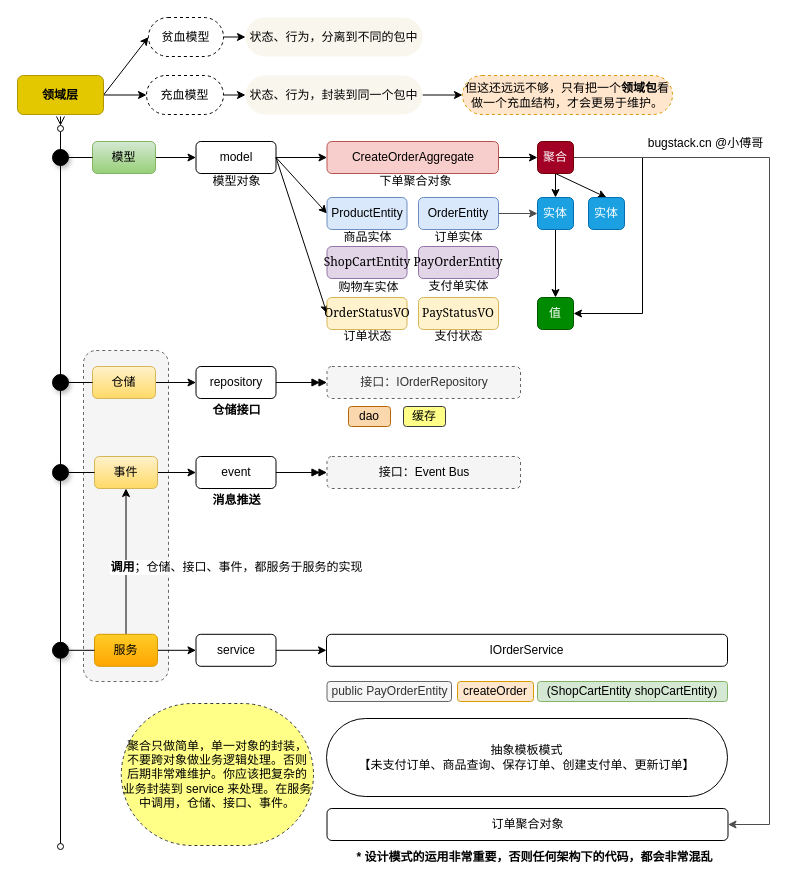
The draw.io diagram page "支付领域" (3 of 4) of picgo/未命名绘图.drawio in yangbuyiya/yangbuyi-blog-images, before the edit. Source tidied: cells renumbered, new cells numbered last; positions are measured from the earlier drawing's top-left corner, leaving out a move shared by most shapes. Both pictures are drawn from the tidied source at 100%, with x=0, y=0 at pixel (17, 17).
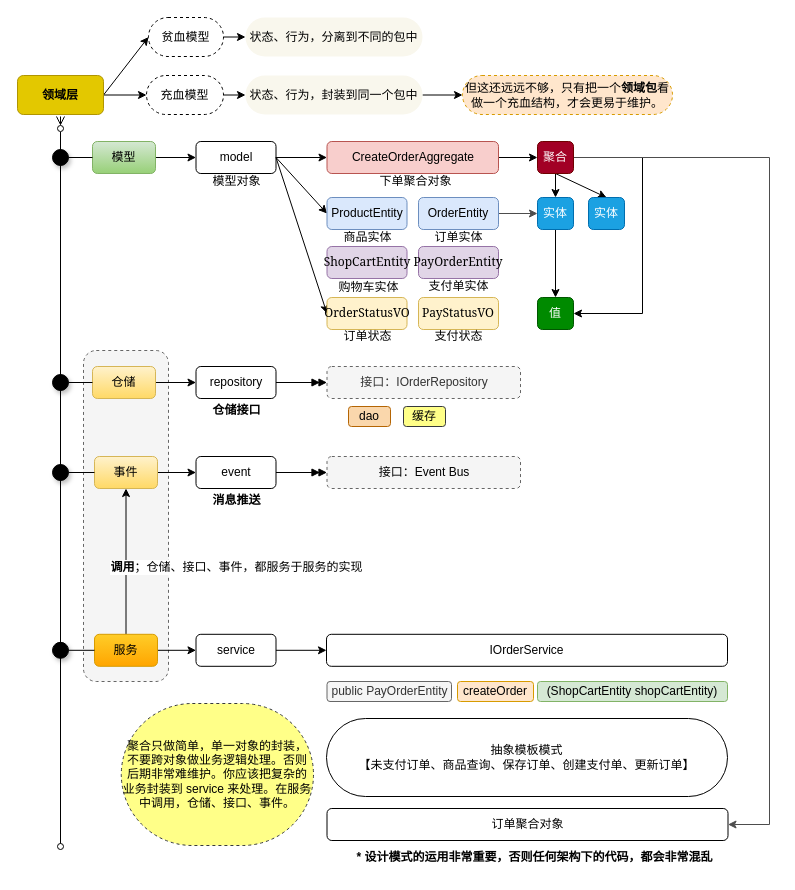
Above is the later version.

What changed in the source:
```diff
@@
-    <mxCell id="69" value="bugstack.cn @小傅哥" style="text;html=1;align=center;verticalAlign=middle;strokeColor=none;fillColor=none;tempflowAnimation=1;fontSize=12;" parent="1" vertex="1">
-      <mxGeometry x="618" y="111" width="140" height="30" as="geometry" />
-    </mxCell>
```
